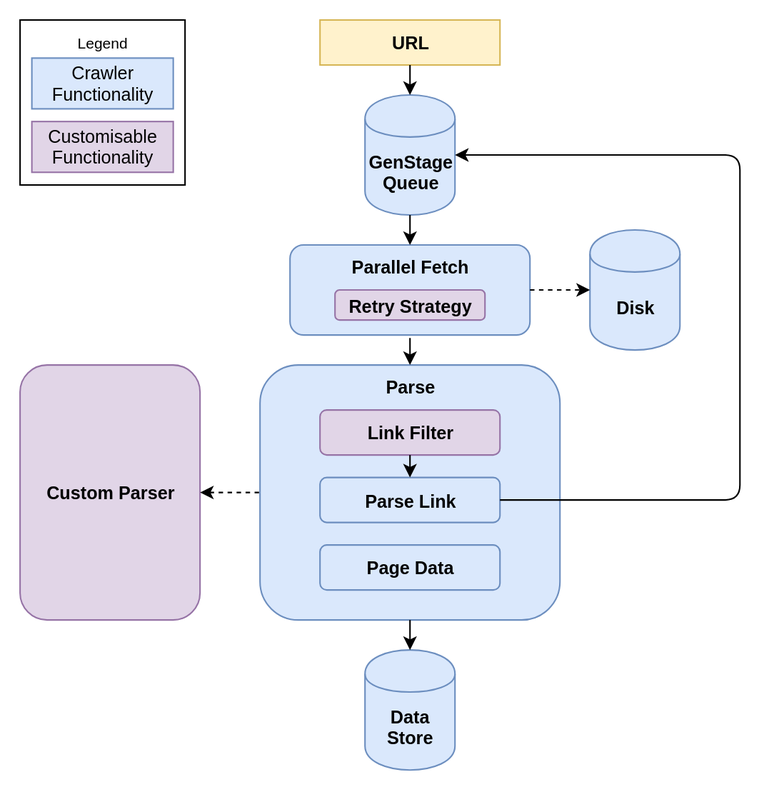
Above: architecture.svg in fredwu/crawler (draw.io), before the change. Source tidied: cells renumbered, new cells last; positions are measured from the earlier drawing's top-left corner, leaving out a move shared by most shapes.
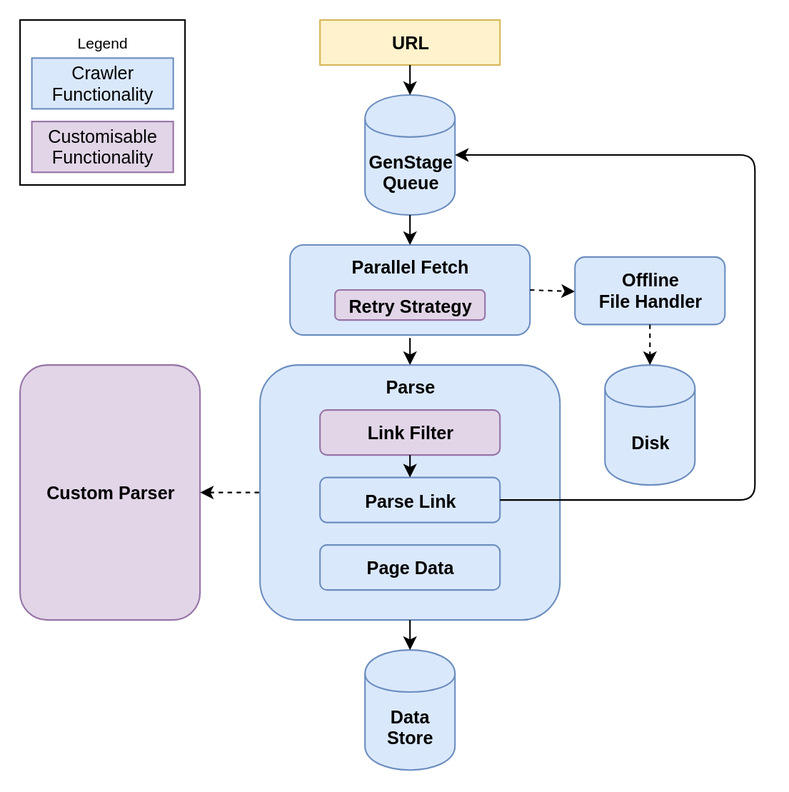
The same diagram one commit later.

Commit message:
Updated the architecture with the offline part [ci skip]

The edit, as a diff of the source:
```diff
@@ -46,8 +46,8 @@
     <mxCell id="15" style="endArrow=classic;html=1;exitX=1;exitY=0.5;entryX=1;entryY=0.5;" parent="1" edge="1" source="9" target="12">
       <mxGeometry relative="1" as="geometry">
         <Array as="points">
-          <mxPoint x="480" y="320" />
-          <mxPoint x="480" y="90" />
+          <mxPoint x="490" y="320" />
+          <mxPoint x="490" y="90" />
         </Array>
       </mxGeometry>
     </mxCell>
@@ -58,9 +58,9 @@
       <mxGeometry relative="1" as="geometry" />
     </mxCell>
     <mxCell id="18" value="Disk" style="shape=cylinder;whiteSpace=wrap;html=1;boundedLbl=1;fontStyle=1;fillColor=#dae8fc;strokeColor=#6c8ebf;" parent="1" vertex="1">
-      <mxGeometry x="380" y="140" width="60" height="80" as="geometry" />
+      <mxGeometry x="390" y="230" width="60" height="80" as="geometry" />
     </mxCell>
-    <mxCell id="19" style="endArrow=classic;html=1;exitX=1;exitY=0.5;entryX=0;entryY=0.5;dashed=1;" parent="1" edge="1" source="3" target="18">
+    <mxCell id="19" style="endArrow=classic;html=1;exitX=1;exitY=0.5;entryX=0;entryY=0.5;dashed=1;" parent="1" edge="1" source="3" target="25">
       <mxGeometry relative="1" as="geometry" />
     </mxCell>
     <mxCell id="20" value="Retry Strategy" style="rounded=1;whiteSpace=wrap;html=1;fillColor=#e1d5e7;strokeColor=#9673a6;fontStyle=1;" parent="1" vertex="1">
@@ -78,5 +78,11 @@
     <mxCell id="24" value="Customisable Functionality" style="rounded=0;whiteSpace=wrap;html=1;fillColor=#e1d5e7;strokeColor=#9673a6;fontStyle=0;" parent="21" vertex="1">
       <mxGeometry x="7.9" y="67.7" width="94.3" height="33.8" as="geometry" />
     </mxCell>
+    <mxCell id="25" value="Offline&lt;br&gt;File Handler" style="rounded=1;whiteSpace=wrap;html=1;fillColor=#dae8fc;strokeColor=#6c8ebf;fontStyle=1;" parent="1" vertex="1">
+      <mxGeometry x="370" y="158" width="100" height="45" as="geometry" />
+    </mxCell>
+    <mxCell id="26" style="endArrow=classic;html=1;dashed=1;entryX=0.5;entryY=0;exitX=0.5;exitY=1;" parent="1" edge="1" source="25" target="18">
+      <mxGeometry relative="1" as="geometry" />
+    </mxCell>
   </root>
 </mxGraphModel>
```
